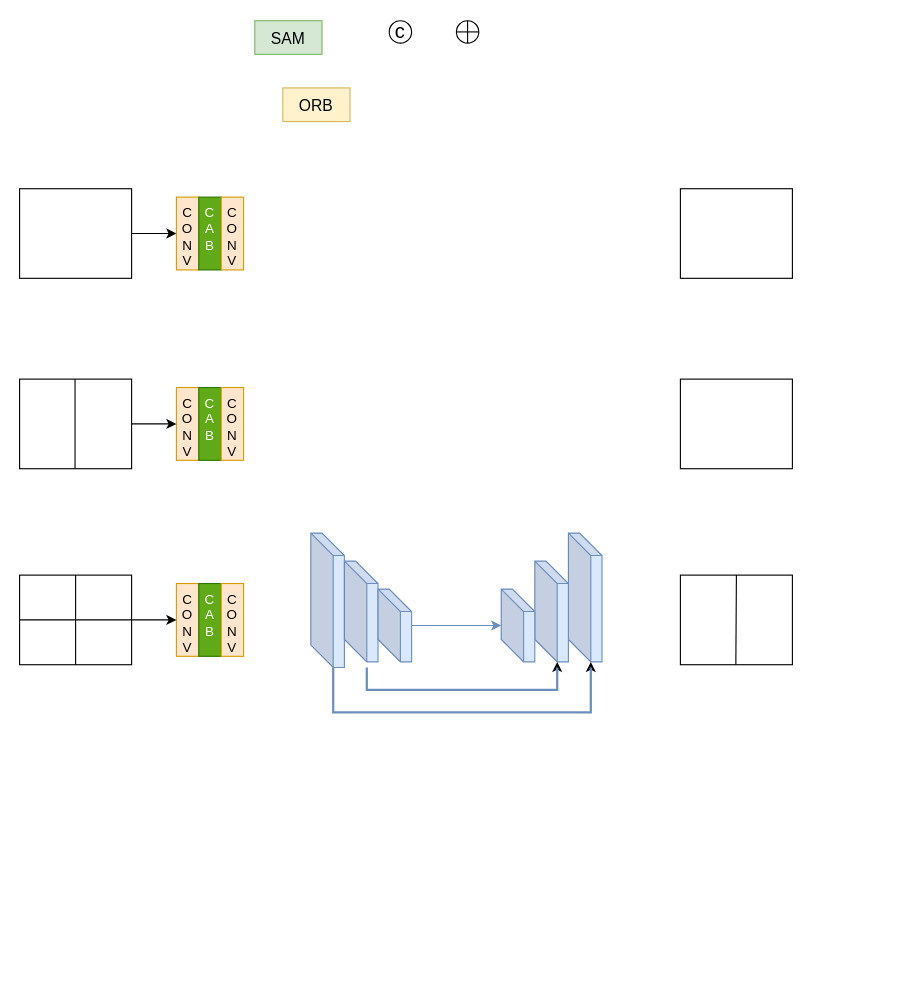
hornchan/mytest keeps this draw.io diagram as Untitled Diagram.drawio. Above is the earlier version. Source tidied: cells renumbered, new cells numbered last; positions are measured from the earlier drawing's top-left corner, leaving out a move shared by most shapes. Both pictures are drawn from the tidied source at 112%, with x=0, y=0 at pixel (19, 20).
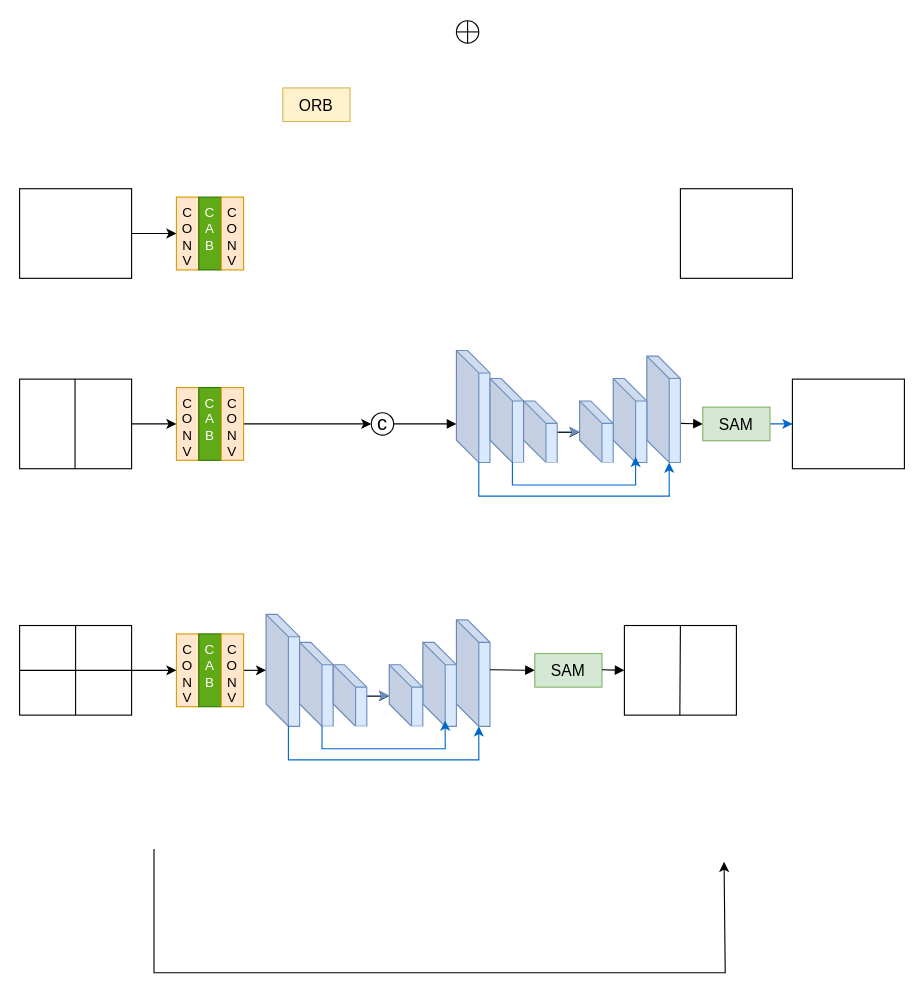
The same diagram, later.

Unchanged cells that the change refers to:
```xml
<mxCell id="35" value="&lt;font style=&quot;font-size: 12px&quot;&gt;C&lt;br&gt;O&lt;br&gt;N&lt;br&gt;V&lt;br&gt;&lt;/font&gt;" style="rounded=0;whiteSpace=wrap;html=1;direction=east;fillColor=#ffe6cc;strokeColor=#d79b00;labelPosition=center;verticalLabelPosition=middle;align=center;verticalAlign=top;" parent="1" vertex="1">
  <mxGeometry x="180" y="327.5" width="20" height="65" as="geometry" />
</mxCell>
```

The edit, as a diff of the source:
```diff
@@
     <mxCell id="4" style="rounded=0;whiteSpace=wrap;html=1;" parent="1" vertex="1">
-      <mxGeometry y="495" width="100" height="80" as="geometry" />
+      <mxGeometry y="540" width="100" height="80" as="geometry" />
     </mxCell>
@@
     <mxCell id="9" value="&lt;font style=&quot;font-size: 14px&quot;&gt;SAM&lt;/font&gt;" style="rounded=0;whiteSpace=wrap;html=1;fontSize=18;fillColor=#d5e8d4;strokeColor=#82b366;" parent="1" vertex="1">
-      <mxGeometry x="210" width="60" height="30" as="geometry" />
+      <mxGeometry x="460" y="565" width="60" height="30" as="geometry" />
     </mxCell>
     <mxCell id="10" value="c" style="ellipse;whiteSpace=wrap;html=1;fontSize=18;" parent="1" vertex="1">
-      <mxGeometry x="330" width="20" height="20" as="geometry" />
+      <mxGeometry x="314" y="350" width="20" height="20" as="geometry" />
     </mxCell>
@@
     <mxCell id="14" style="shape=cube;whiteSpace=wrap;html=1;boundedLbl=1;backgroundOutline=1;darkOpacity=0.05;darkOpacity2=0.1;fontSize=18;fillColor=#dae8fc;strokeColor=#6c8ebf;" parent="1" vertex="1">
-      <mxGeometry x="260" y="457.5" width="30" height="120" as="geometry" />
+      <mxGeometry x="220" y="530" width="30" height="100" as="geometry" />
     </mxCell>
+    <mxCell id="42" style="edgeStyle=orthogonalEdgeStyle;rounded=0;jettySize=auto;html=1;" parent="1" edge="1" source="15" target="20">
+      <mxGeometry relative="1" as="geometry">
+        <Array as="points">
+          <mxPoint x="310" y="603" />
+          <mxPoint x="310" y="603" />
+        </Array>
+      </mxGeometry>
+    </mxCell>
     <mxCell id="15" style="shape=cube;whiteSpace=wrap;html=1;boundedLbl=1;backgroundOutline=1;darkOpacity=0.05;darkOpacity2=0.1;fontSize=18;fillColor=#dae8fc;strokeColor=#6c8ebf;" parent="1" vertex="1">
-      <mxGeometry x="290" y="482.5" width="30" height="90" as="geometry" />
+      <mxGeometry x="250" y="555" width="30" height="75" as="geometry" />
     </mxCell>
@@
     <mxCell id="17" style="shape=cube;whiteSpace=wrap;html=1;boundedLbl=1;backgroundOutline=1;darkOpacity=0.05;darkOpacity2=0.1;fontSize=18;fillColor=#dae8fc;strokeColor=#6c8ebf;" parent="1" vertex="1">
-      <mxGeometry x="320" y="507.5" width="30" height="65" as="geometry" />
+      <mxGeometry x="280" y="575" width="30" height="55" as="geometry" />
     </mxCell>
     <mxCell id="18" style="shape=cube;whiteSpace=wrap;html=1;boundedLbl=1;backgroundOutline=1;darkOpacity=0.05;darkOpacity2=0.1;fontSize=18;fillColor=#dae8fc;strokeColor=#6c8ebf;" parent="1" vertex="1">
-      <mxGeometry x="490" y="457.5" width="30" height="115" as="geometry" />
+      <mxGeometry x="390" y="535" width="30" height="95" as="geometry" />
     </mxCell>
     <mxCell id="19" style="shape=cube;whiteSpace=wrap;html=1;boundedLbl=1;backgroundOutline=1;darkOpacity=0.05;darkOpacity2=0.1;fontSize=18;fillColor=#dae8fc;strokeColor=#6c8ebf;" parent="1" vertex="1">
-      <mxGeometry x="460" y="482.5" width="30" height="90" as="geometry" />
+      <mxGeometry x="360" y="555" width="30" height="75" as="geometry" />
     </mxCell>
     <mxCell id="20" style="shape=cube;whiteSpace=wrap;html=1;boundedLbl=1;backgroundOutline=1;darkOpacity=0.05;darkOpacity2=0.1;fontSize=18;fillColor=#dae8fc;strokeColor=#6c8ebf;" parent="1" vertex="1">
-      <mxGeometry x="430" y="507.5" width="30" height="65" as="geometry" />
+      <mxGeometry x="330" y="575" width="30" height="55" as="geometry" />
     </mxCell>
-    <mxCell id="21" style="edgeStyle=orthogonalEdgeStyle;rounded=0;jettySize=auto;html=1;exitX=1;exitY=1;exitDx=0;exitDy=0;exitPerimeter=0;fontSize=18;" parent="1" edge="1" source="23">
-      <mxGeometry relative="1" as="geometry">
-        <mxPoint x="510" y="577.5" as="targetPoint" />
-      </mxGeometry>
-    </mxCell>
-    <mxCell id="22" style="edgeStyle=orthogonalEdgeStyle;rounded=0;jettySize=auto;html=1;exitX=1;exitY=1;exitDx=0;exitDy=0;exitPerimeter=0;entryX=0;entryY=0;entryDx=20;entryDy=115;entryPerimeter=0;fontSize=18;" parent="1" edge="1" source="23" target="18">
-      <mxGeometry relative="1" as="geometry" />
-    </mxCell>
-    <mxCell id="23" style="strokeWidth=2;html=1;shape=mxgraph.flowchart.annotation_1;align=left;fontSize=18;direction=north;fillColor=#dae8fc;strokeColor=#6c8ebf;" parent="1" vertex="1">
-      <mxGeometry x="280" y="577.5" width="230" height="40" as="geometry" />
-    </mxCell>
-    <mxCell id="24" style="edgeStyle=orthogonalEdgeStyle;rounded=0;jettySize=auto;html=1;exitX=1;exitY=1;exitDx=0;exitDy=0;exitPerimeter=0;entryX=0;entryY=0;entryDx=20;entryDy=90;entryPerimeter=0;fontSize=18;" parent="1" edge="1" source="25" target="19">
-      <mxGeometry relative="1" as="geometry" />
-    </mxCell>
-    <mxCell id="25" style="strokeWidth=2;html=1;shape=mxgraph.flowchart.annotation_1;align=left;fontSize=18;direction=north;fillColor=#dae8fc;strokeColor=#6c8ebf;" parent="1" vertex="1">
-      <mxGeometry x="310" y="577.5" width="170" height="20" as="geometry" />
-    </mxCell>
@@
     <mxCell id="27" style="rounded=0;whiteSpace=wrap;html=1;" parent="1" vertex="1">
-      <mxGeometry x="590" y="495" width="100" height="80" as="geometry" />
+      <mxGeometry x="540" y="540" width="100" height="80" as="geometry" />
     </mxCell>
     <mxCell id="28" style="endArrow=none;html=1;rounded=0;exitX=0.5;exitY=1;exitDx=0;exitDy=0;" parent="1" edge="1">
       <mxGeometry relative="1" as="geometry">
-        <mxPoint x="639.5" y="575" as="sourcePoint" />
-        <mxPoint x="640" y="495" as="targetPoint" />
+        <mxPoint x="589.5" y="620" as="sourcePoint" />
+        <mxPoint x="590" y="540" as="targetPoint" />
       </mxGeometry>
     </mxCell>
     <mxCell id="29" style="rounded=0;whiteSpace=wrap;html=1;" parent="1" vertex="1">
-      <mxGeometry x="590" y="320" width="100" height="80" as="geometry" />
+      <mxGeometry x="690" y="320" width="100" height="80" as="geometry" />
     </mxCell>
@@
+    <mxCell id="43" style="edgeStyle=orthogonalEdgeStyle;rounded=0;jettySize=auto;html=1;" parent="1" edge="1" source="35" target="10">
+      <mxGeometry relative="1" as="geometry" />
+    </mxCell>
@@
     <mxCell id="36" value="&lt;font style=&quot;font-size: 12px&quot;&gt;C&lt;br&gt;O&lt;br&gt;N&lt;br&gt;V&lt;br&gt;&lt;/font&gt;" style="rounded=0;whiteSpace=wrap;html=1;direction=east;fillColor=#ffe6cc;strokeColor=#d79b00;labelPosition=center;verticalLabelPosition=middle;align=center;verticalAlign=top;" parent="1" vertex="1">
-      <mxGeometry x="140" y="502.5" width="20" height="65" as="geometry" />
+      <mxGeometry x="140" y="547.5" width="20" height="65" as="geometry" />
     </mxCell>
     <mxCell id="37" value="&lt;font style=&quot;font-size: 12px&quot;&gt;C&lt;br&gt;A&lt;br&gt;B&lt;br&gt;&lt;/font&gt;" style="rounded=0;whiteSpace=wrap;html=1;direction=east;fillColor=#60a917;strokeColor=#2D7600;labelPosition=center;verticalLabelPosition=middle;align=center;verticalAlign=top;fontColor=#ffffff;" parent="1" vertex="1">
-      <mxGeometry x="160" y="502.5" width="20" height="65" as="geometry" />
+      <mxGeometry x="160" y="547.5" width="20" height="65" as="geometry" />
     </mxCell>
+    <mxCell id="44" style="edgeStyle=orthogonalEdgeStyle;rounded=0;jettySize=auto;html=1;" parent="1" edge="1" source="38">
+      <mxGeometry relative="1" as="geometry">
+        <mxPoint x="220" y="580" as="targetPoint" />
+      </mxGeometry>
+    </mxCell>
     <mxCell id="38" value="&lt;font style=&quot;font-size: 12px&quot;&gt;C&lt;br&gt;O&lt;br&gt;N&lt;br&gt;V&lt;br&gt;&lt;/font&gt;" style="rounded=0;whiteSpace=wrap;html=1;direction=east;fillColor=#ffe6cc;strokeColor=#d79b00;labelPosition=center;verticalLabelPosition=middle;align=center;verticalAlign=top;" parent="1" vertex="1">
-      <mxGeometry x="180" y="502.5" width="20" height="65" as="geometry" />
+      <mxGeometry x="180" y="547.5" width="20" height="65" as="geometry" />
     </mxCell>
@@
+    <mxCell id="45" style="html=1;verticalAlign=bottom;endArrow=block;rounded=0;" parent="1" edge="1">
+      <mxGeometry relative="1" as="geometry">
+        <mxPoint x="420" y="579.5" as="sourcePoint" />
+        <mxPoint x="460" y="580" as="targetPoint" />
+      </mxGeometry>
+    </mxCell>
+    <mxCell id="46" style="html=1;verticalAlign=bottom;endArrow=block;rounded=0;" parent="1" edge="1">
+      <mxGeometry relative="1" as="geometry">
+        <mxPoint x="520" y="579.5" as="sourcePoint" />
+        <mxPoint x="540" y="580" as="targetPoint" />
+      </mxGeometry>
+    </mxCell>
+    <mxCell id="47" style="shape=partialRectangle;whiteSpace=wrap;html=1;bottom=0;right=0;fillColor=none;direction=north;" parent="1" vertex="1">
+      <mxGeometry x="120" y="740" width="510" height="110" as="geometry" />
+    </mxCell>
+    <mxCell id="48" style="endArrow=classic;html=1;rounded=0;entryX=0.9;entryY=0.998;entryDx=0;entryDy=0;entryPerimeter=0;exitX=0;exitY=1;exitDx=0;exitDy=0;" parent="1" edge="1" source="47" target="47">
+      <mxGeometry relative="1" as="geometry" />
+    </mxCell>
+    <mxCell id="49" style="html=1;verticalAlign=bottom;endArrow=block;rounded=0;entryX=0;entryY=0.5;entryDx=0;entryDy=0;" parent="1" edge="1" target="51">
+      <mxGeometry relative="1" as="geometry">
+        <mxPoint x="590" y="359.5" as="sourcePoint" />
+      </mxGeometry>
+    </mxCell>
+    <mxCell id="50" style="edgeStyle=orthogonalEdgeStyle;rounded=0;jettySize=auto;html=1;strokeColor=#0066CC;" parent="1" edge="1" source="51" target="29">
+      <mxGeometry relative="1" as="geometry" />
+    </mxCell>
+    <mxCell id="51" value="&lt;font style=&quot;font-size: 14px&quot;&gt;SAM&lt;/font&gt;" style="rounded=0;whiteSpace=wrap;html=1;fontSize=18;fillColor=#d5e8d4;strokeColor=#82b366;" parent="1" vertex="1">
+      <mxGeometry x="610" y="345" width="60" height="30" as="geometry" />
+    </mxCell>
+    <mxCell id="52" style="shape=partialRectangle;whiteSpace=wrap;html=1;bottom=0;right=0;fillColor=none;direction=north;strokeColor=#0066CC;" parent="1" vertex="1">
+      <mxGeometry x="240" y="630" width="170" height="30" as="geometry" />
+    </mxCell>
+    <mxCell id="53" style="endArrow=classic;html=1;rounded=0;strokeColor=#0066CC;" parent="1" edge="1">
+      <mxGeometry relative="1" as="geometry">
+        <mxPoint x="410" y="660" as="sourcePoint" />
+        <mxPoint x="410" y="630" as="targetPoint" />
+      </mxGeometry>
+    </mxCell>
+    <mxCell id="54" style="edgeStyle=orthogonalEdgeStyle;rounded=0;orthogonalLoop=1;jettySize=auto;html=1;exitX=0;exitY=0.5;exitDx=0;exitDy=0;" parent="1" edge="1" source="52" target="52">
+      <mxGeometry relative="1" as="geometry" />
+    </mxCell>
+    <mxCell id="55" style="shape=partialRectangle;whiteSpace=wrap;html=1;bottom=0;right=0;direction=north;strokeColor=#0066CC;" parent="1" vertex="1">
+      <mxGeometry x="270" y="630" width="110" height="20" as="geometry" />
+    </mxCell>
+    <mxCell id="56" style="endArrow=classic;html=1;rounded=0;strokeColor=#0066CC;" parent="1" edge="1">
+      <mxGeometry relative="1" as="geometry">
+        <mxPoint x="380" y="650" as="sourcePoint" />
+        <mxPoint x="380" y="625" as="targetPoint" />
+      </mxGeometry>
+    </mxCell>
+    <mxCell id="57" style="shape=cube;whiteSpace=wrap;html=1;boundedLbl=1;backgroundOutline=1;darkOpacity=0.05;darkOpacity2=0.1;fontSize=18;fillColor=#dae8fc;strokeColor=#6c8ebf;" parent="1" vertex="1">
+      <mxGeometry x="390" y="294.5" width="30" height="100" as="geometry" />
+    </mxCell>
+    <mxCell id="58" style="edgeStyle=orthogonalEdgeStyle;rounded=0;jettySize=auto;html=1;" parent="1" edge="1" source="59" target="64">
+      <mxGeometry relative="1" as="geometry">
+        <Array as="points">
+          <mxPoint x="480" y="367.5" />
+          <mxPoint x="480" y="367.5" />
+        </Array>
+      </mxGeometry>
+    </mxCell>
+    <mxCell id="59" style="shape=cube;whiteSpace=wrap;html=1;boundedLbl=1;backgroundOutline=1;darkOpacity=0.05;darkOpacity2=0.1;fontSize=18;fillColor=#dae8fc;strokeColor=#6c8ebf;" parent="1" vertex="1">
+      <mxGeometry x="420" y="319.5" width="30" height="75" as="geometry" />
+    </mxCell>
+    <mxCell id="60" style="edgeStyle=orthogonalEdgeStyle;rounded=0;jettySize=auto;html=1;fontSize=18;fillColor=#dae8fc;strokeColor=#6c8ebf;" parent="1" edge="1" source="61" target="64">
+      <mxGeometry relative="1" as="geometry" />
+    </mxCell>
+    <mxCell id="61" style="shape=cube;whiteSpace=wrap;html=1;boundedLbl=1;backgroundOutline=1;darkOpacity=0.05;darkOpacity2=0.1;fontSize=18;fillColor=#dae8fc;strokeColor=#6c8ebf;" parent="1" vertex="1">
+      <mxGeometry x="450" y="339.5" width="30" height="55" as="geometry" />
+    </mxCell>
+    <mxCell id="62" style="shape=cube;whiteSpace=wrap;html=1;boundedLbl=1;backgroundOutline=1;darkOpacity=0.05;darkOpacity2=0.1;fontSize=18;fillColor=#dae8fc;strokeColor=#6c8ebf;" parent="1" vertex="1">
+      <mxGeometry x="560" y="299.5" width="30" height="95" as="geometry" />
+    </mxCell>
+    <mxCell id="63" style="shape=cube;whiteSpace=wrap;html=1;boundedLbl=1;backgroundOutline=1;darkOpacity=0.05;darkOpacity2=0.1;fontSize=18;fillColor=#dae8fc;strokeColor=#6c8ebf;" parent="1" vertex="1">
+      <mxGeometry x="530" y="319.5" width="30" height="75" as="geometry" />
+    </mxCell>
+    <mxCell id="64" style="shape=cube;whiteSpace=wrap;html=1;boundedLbl=1;backgroundOutline=1;darkOpacity=0.05;darkOpacity2=0.1;fontSize=18;fillColor=#dae8fc;strokeColor=#6c8ebf;" parent="1" vertex="1">
+      <mxGeometry x="500" y="339.5" width="30" height="55" as="geometry" />
+    </mxCell>
+    <mxCell id="65" style="shape=partialRectangle;whiteSpace=wrap;html=1;bottom=0;right=0;fillColor=none;direction=north;strokeColor=#0066CC;" parent="1" vertex="1">
+      <mxGeometry x="410" y="394.5" width="170" height="30" as="geometry" />
+    </mxCell>
+    <mxCell id="66" style="endArrow=classic;html=1;rounded=0;strokeColor=#0066CC;" parent="1" edge="1">
+      <mxGeometry relative="1" as="geometry">
+        <mxPoint x="580" y="424.5" as="sourcePoint" />
+        <mxPoint x="580" y="394.5" as="targetPoint" />
+      </mxGeometry>
+    </mxCell>
+    <mxCell id="67" style="edgeStyle=orthogonalEdgeStyle;rounded=0;orthogonalLoop=1;jettySize=auto;html=1;exitX=0;exitY=0.5;exitDx=0;exitDy=0;" parent="1" edge="1" source="65" target="65">
+      <mxGeometry relative="1" as="geometry" />
+    </mxCell>
+    <mxCell id="68" style="shape=partialRectangle;whiteSpace=wrap;html=1;bottom=0;right=0;direction=north;strokeColor=#0066CC;" parent="1" vertex="1">
+      <mxGeometry x="440" y="394.5" width="110" height="20" as="geometry" />
+    </mxCell>
+    <mxCell id="69" style="endArrow=classic;html=1;rounded=0;strokeColor=#0066CC;" parent="1" edge="1">
+      <mxGeometry relative="1" as="geometry">
+        <mxPoint x="550" y="414.5" as="sourcePoint" />
+        <mxPoint x="550" y="389.5" as="targetPoint" />
+      </mxGeometry>
+    </mxCell>
+    <mxCell id="70" style="html=1;verticalAlign=bottom;endArrow=block;rounded=0;exitX=1;exitY=0.5;exitDx=0;exitDy=0;" parent="1" edge="1" source="10">
+      <mxGeometry relative="1" as="geometry">
+        <mxPoint x="390" y="360" as="targetPoint" />
+      </mxGeometry>
+    </mxCell>
```
